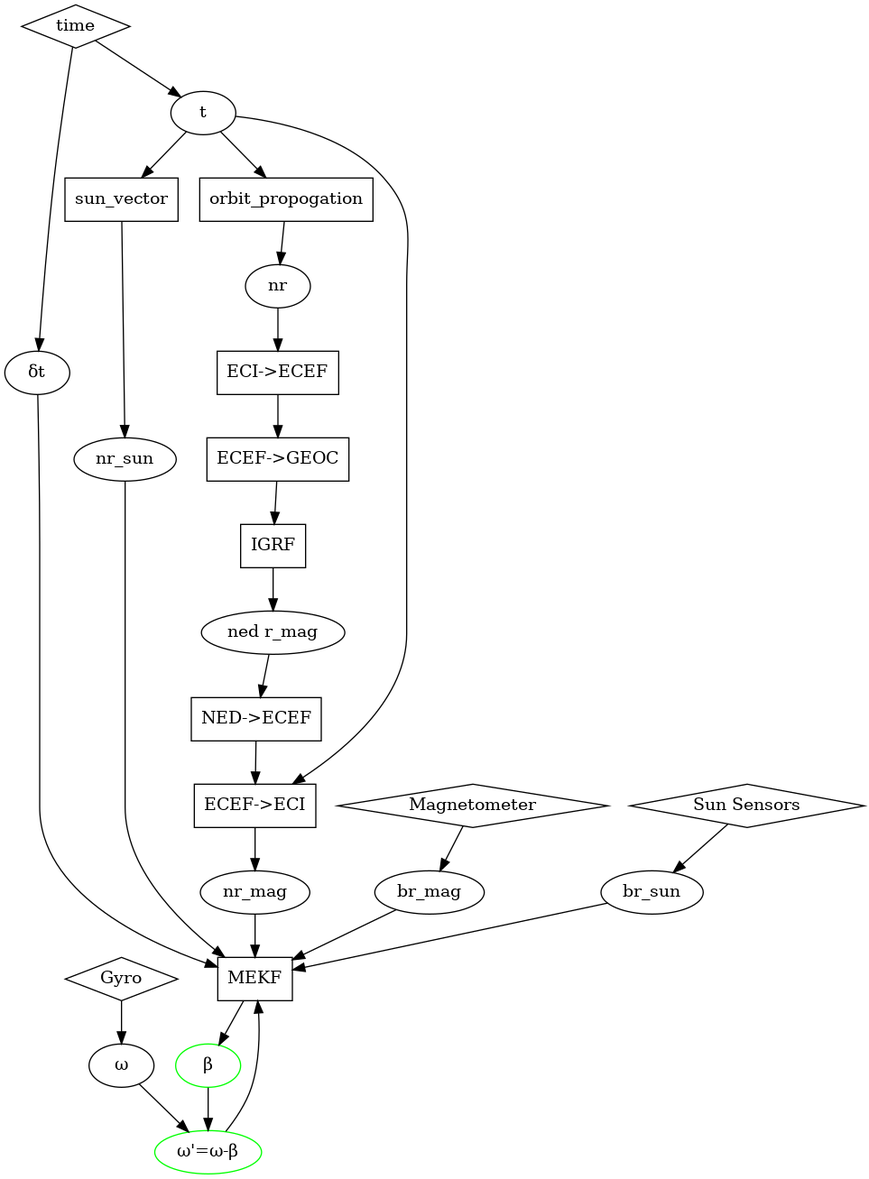
Above: mekfgraph.png in PyCubed-Mini/PocketQubeDocs (Graphviz), before the change. Its source is kept beside it as mekfgraph.dot.
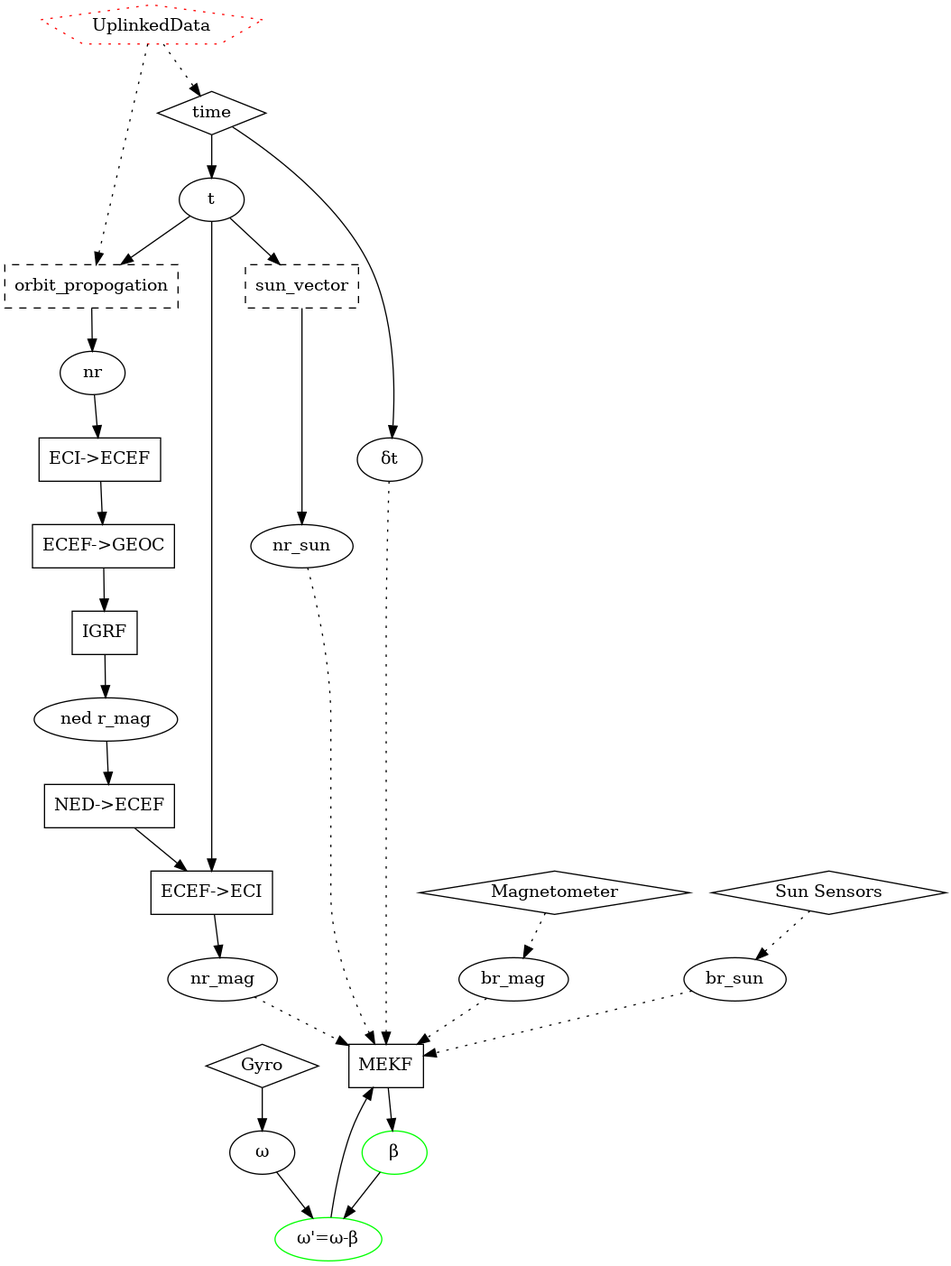
The same file after the commit.

Commit message:
Cleanup chart

Change to the diagram source:
```diff
@@ -1,8 +1,8 @@
 digraph {
     "MEKF" [shape=rect]
-    "sun_vector" [shape=rect]
+    "sun_vector" [shape=rect, style=dashed]
     "IGRF" [shape=rect]
-    "orbit_propogation" [shape=rect]
+    "orbit_propogation" [shape=rect, style=dashed]
     "NED->ECEF" [shape=rect]
     "ECEF->ECI" [shape=rect]
     "ECI->ECEF" [shape=rect]
@@ -25,20 +25,17 @@
     "ned r_mag"
     "nr"
 
+    "UplinkedData" [shape=pentagon, color=red, style=dotted]
+
     "Gyro"->"ω"
     "ω"->"ω'=ω-β"
     "MEKF"->"β"
     "β"->"ω'=ω-β"
     "ω'=ω-β"->"MEKF"
     "time"->"δt"
-    "δt"->"MEKF"
-    "Magnetometer"->"br_mag"
-    "br_mag"->"MEKF"
+    "Magnetometer"->"br_mag" [style=dotted]
     "time"->"t"
-    "Sun Sensors"->"br_sun"
-    "br_sun"->"MEKF"
-    "nr_mag"->"MEKF"
-    "nr_sun"->"MEKF"
+    "Sun Sensors"->"br_sun" [style=dotted]
     "sun_vector"->"nr_sun"
     "t"->"sun_vector"
     "IGRF"->"ned r_mag"
@@ -52,4 +49,12 @@
     "nr"->"ECI->ECEF"
     "ECI->ECEF"->"ECEF->GEOC"
     "ECEF->GEOC"->"IGRF"
+    "UplinkedData"->"orbit_propogation" [style=dotted]
+    "UplinkedData"->"time" [style=dotted]
+
+    "br_mag"->"MEKF" [style=dotted]
+    "δt"->"MEKF" [style=dotted]
+    "br_sun"->"MEKF" [style=dotted]
+    "nr_mag"->"MEKF" [style=dotted]
+    "nr_sun"->"MEKF" [style=dotted]
 }
```
